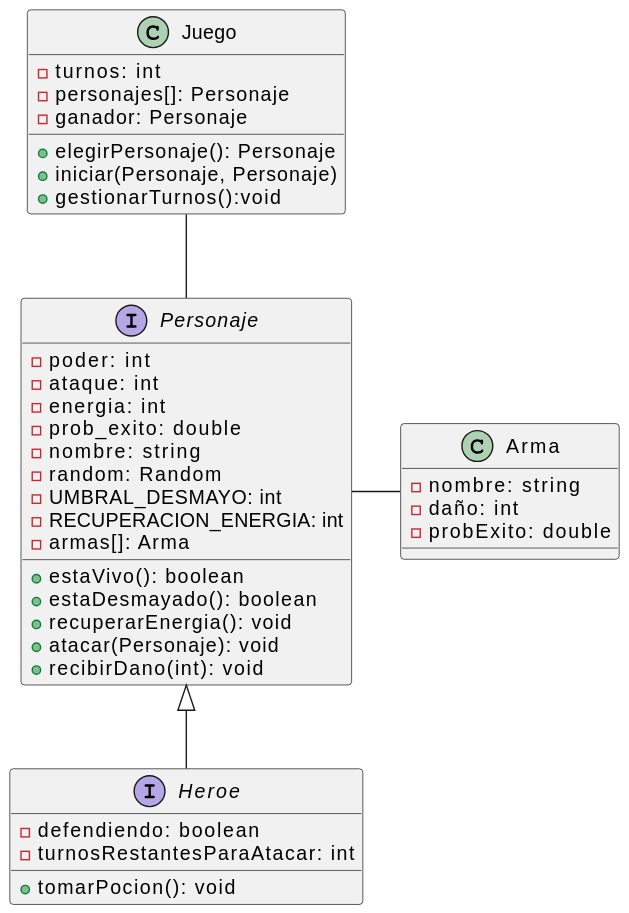
This is images/modelosUML/modelosUML/diagramaClases.svg from mmasias/23-24-IdSw2-SDD, a PlantUML export, as it was before one commit.
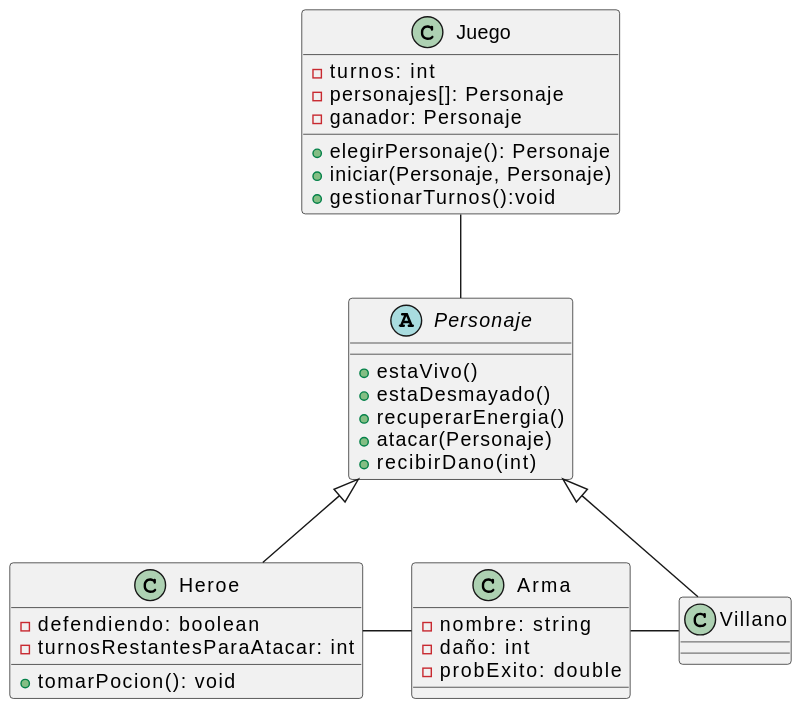
After the commit.

Commit message:
Update diagrama Clases

Diff of the diagram source:
```diff
@@ -8,27 +8,22 @@
   + gestionarTurnos():void
 }
 
-interface Personaje{
-  - poder: int
-  - ataque: int
-  - energia: int
-  - prob_exito: double
-  - nombre: string
-  - random: Random
-  - UMBRAL_DESMAYO: int
-  - RECUPERACION_ENERGIA: int
-  - armas[]: Arma
-  + estaVivo(): boolean
-  + estaDesmayado(): boolean
-  + recuperarEnergia(): void
-  + atacar(Personaje): void
-  + recibirDano(int): void
+abstract Personaje{
+  + estaVivo()
+  + estaDesmayado()
+  + recuperarEnergia()
+  + atacar(Personaje)
+  + recibirDano(int)
 }
 
-interface Heroe {
+class Heroe {
   - defendiendo: boolean
   - turnosRestantesParaAtacar: int
   + tomarPocion(): void
+}
+
+class Villano{
+
 }
 
 class Arma {
@@ -38,6 +33,8 @@
 }
 
 Juego -- Personaje
-Personaje -r- Arma
+Heroe -r- Arma
+Villano -l- Arma
 Personaje <|-- Heroe
+Personaje <|-- Villano
 @enduml
```
